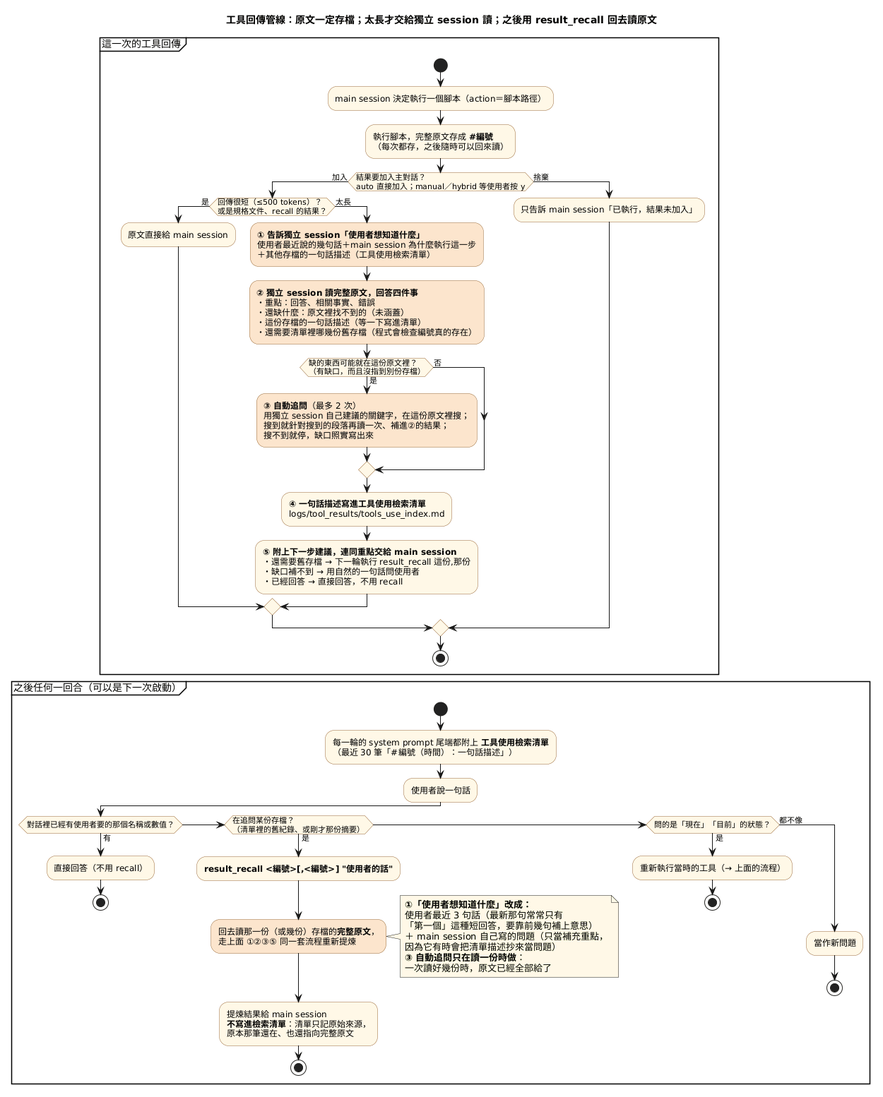
Before: doc/images/AI_agent_harness的工具回傳管線.png, a diagram exported from PlantUML (DavidZox/AI_agent_harness).
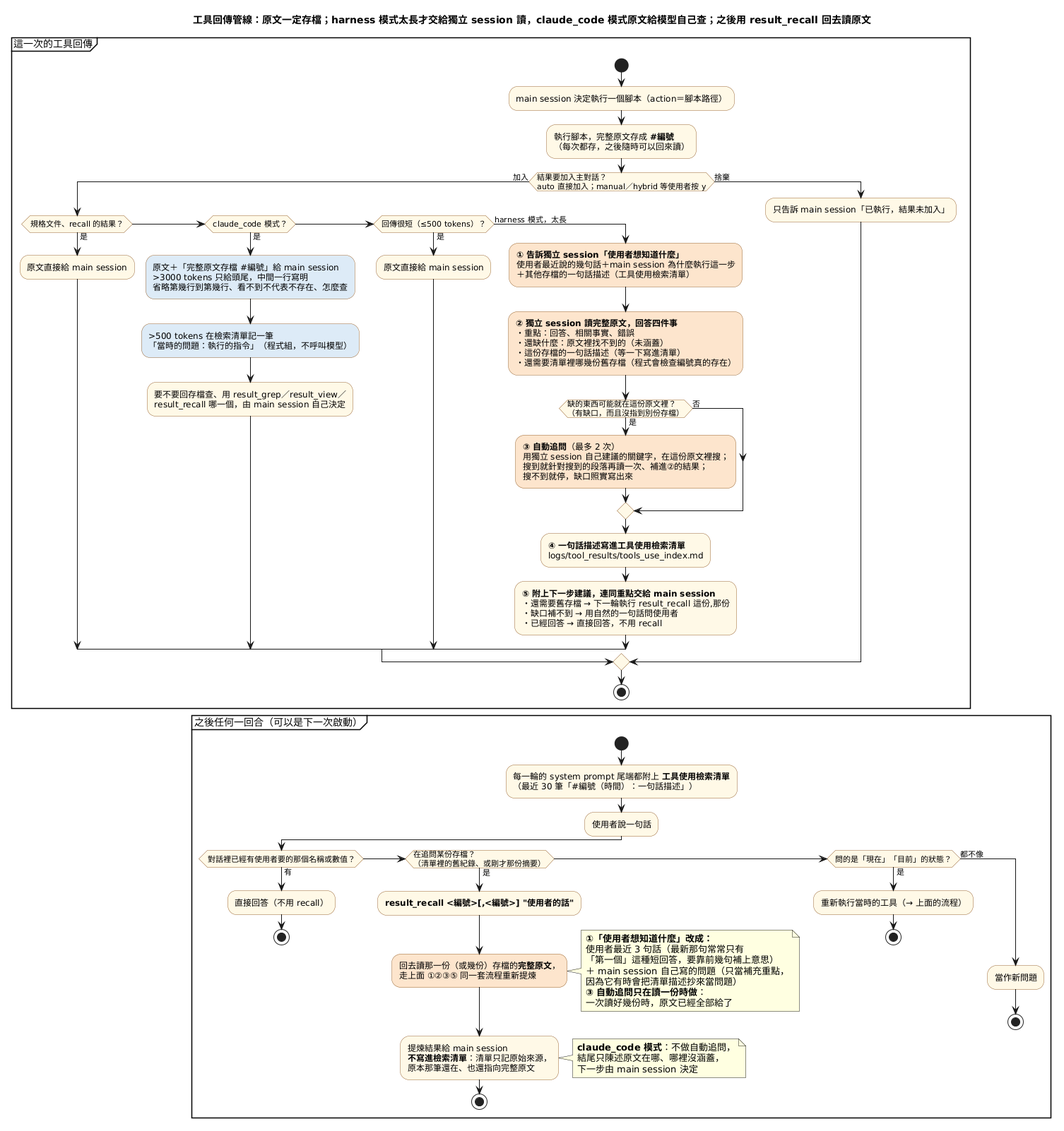
After the commit.

Change to the diagram source:
```diff
@@ -5,7 +5,7 @@
 skinparam ActivityBorderColor #996633
 skinparam NoteBackgroundColor #FFFFE0
 
-title 工具回傳管線：原文一定存檔；太長才交給獨立 session 讀；之後用 result_recall 回去讀原文
+title 工具回傳管線：原文一定存檔；harness 模式太長才交給獨立 session 讀，claude_code 模式原文給模型自己查；之後用 result_recall 回去讀原文
 
 partition "這一次的工具回傳" {
 start
@@ -14,10 +14,19 @@
 （每次都存，之後隨時可以回來讀）;
 if (結果要加入主對話？
 auto 直接加入；manual／hybrid 等使用者按 y) then (加入)
-  if (回傳很短（≤500 tokens）？
-或是規格文件、recall 的結果？) then (是)
+  if (規格文件、recall 的結果？) then (是)
     :原文直接給 main session;
-  else (太長)
+  elseif (claude_code 模式？) then (是)
+    :原文＋「完整原文存檔 #編號」給 main session
+>3000 tokens 只給頭尾，中間一行寫明
+省略第幾行到第幾行、看不到不代表不存在、怎麼查; <<#DDEBF7>>
+    :>500 tokens 在檢索清單記一筆
+「當時的問題：執行的指令」（程式組，不呼叫模型）; <<#DDEBF7>>
+    :要不要回存檔查、用 result_grep／result_view／
+result_recall 哪一個，由 main session 自己決定;
+  elseif (回傳很短（≤500 tokens）？) then (是)
+    :原文直接給 main session;
+  else (harness 模式，太長)
     :**① 告訴獨立 session「使用者想知道什麼」**
 使用者最近說的幾句話＋main session 為什麼執行這一步
 ＋其他存檔的一句話描述（工具使用檢索清單）; <<#FCE5CD>>
@@ -72,6 +81,11 @@
   :提煉結果給 main session
 **不寫進檢索清單**：清單只記原始來源，
 原本那筆還在、也還指向完整原文;
+  note right
+    **claude_code 模式**：不做自動追問，
+    結尾只陳述原文在哪、哪裡沒涵蓋，
+    下一步由 main session 決定
+  end note
   stop
 elseif (問的是「現在」「目前」的狀態？) then (是)
   :重新執行當時的工具（→ 上面的流程）;
```
